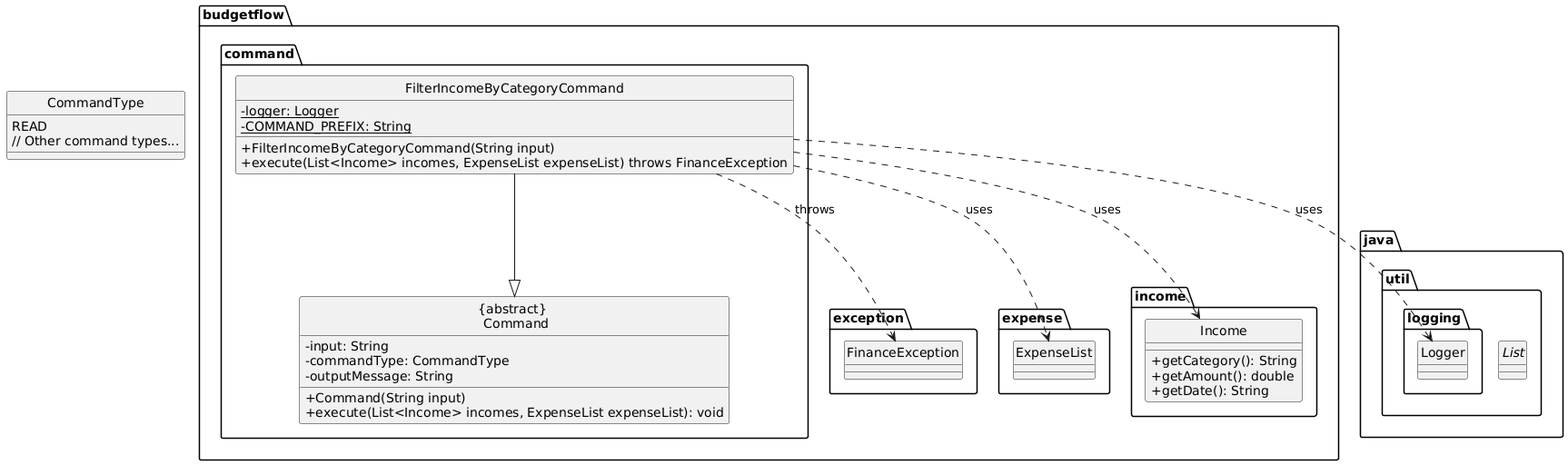
Before: docs/diagrams/FilterIncomeByCategoryCommandClass.png, a diagram exported from PlantUML (thienkimtranhoang/tp).
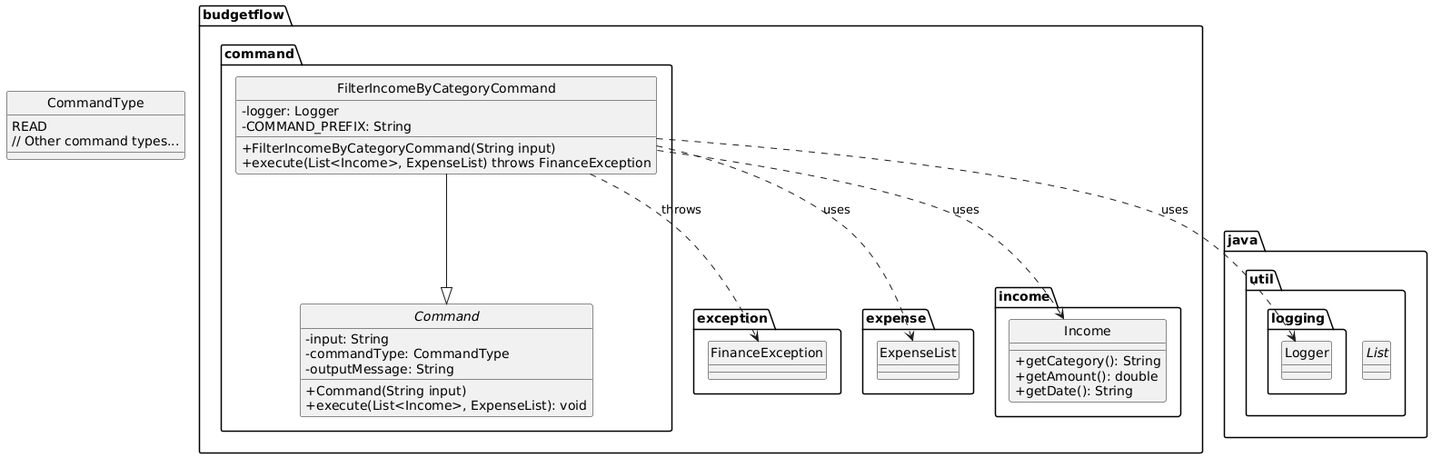
After the change.

What changed in the source:
```diff
@@ -3,26 +3,26 @@
 skinparam classAttributeIconSize 0
 
 package budgetflow.command {
-    class "{abstract} \n Command" {
+    abstract class Command {
         - input: String
         - commandType: CommandType
         - outputMessage: String
         + Command(String input)
-        + execute(List<Income> incomes, ExpenseList expenseList): void
+        + execute(List<Income>, ExpenseList): void
     }
 
-    class "FilterIncomeByCategoryCommand" {
-        - {static} logger: Logger
-        - {static} COMMAND_PREFIX: String
+    class FilterIncomeByCategoryCommand {
+        - logger: Logger
+        - COMMAND_PREFIX: String
         + FilterIncomeByCategoryCommand(String input)
-        + execute(List<Income> incomes, ExpenseList expenseList) throws FinanceException
+        + execute(List<Income>, ExpenseList) throws FinanceException
     }
 
-    "FilterIncomeByCategoryCommand" --|> "{abstract} \n Command"
+    FilterIncomeByCategoryCommand --|> Command
 }
 
 package budgetflow.exception {
-    class "FinanceException"
+    class FinanceException
 }
 
 package budgetflow.expense {
@@ -50,8 +50,8 @@
     class Logger
 }
 
-"FilterIncomeByCategoryCommand" ..> "FinanceException" : throws
-"FilterIncomeByCategoryCommand" ..> "Income" : uses
-"FilterIncomeByCategoryCommand" ..> "ExpenseList" : uses
-"FilterIncomeByCategoryCommand" ..> "Logger" : uses
+FilterIncomeByCategoryCommand ..> FinanceException : throws
+FilterIncomeByCategoryCommand ..> Income : uses
+FilterIncomeByCategoryCommand ..> ExpenseList : uses
+FilterIncomeByCategoryCommand ..> Logger : uses
 @enduml
```
